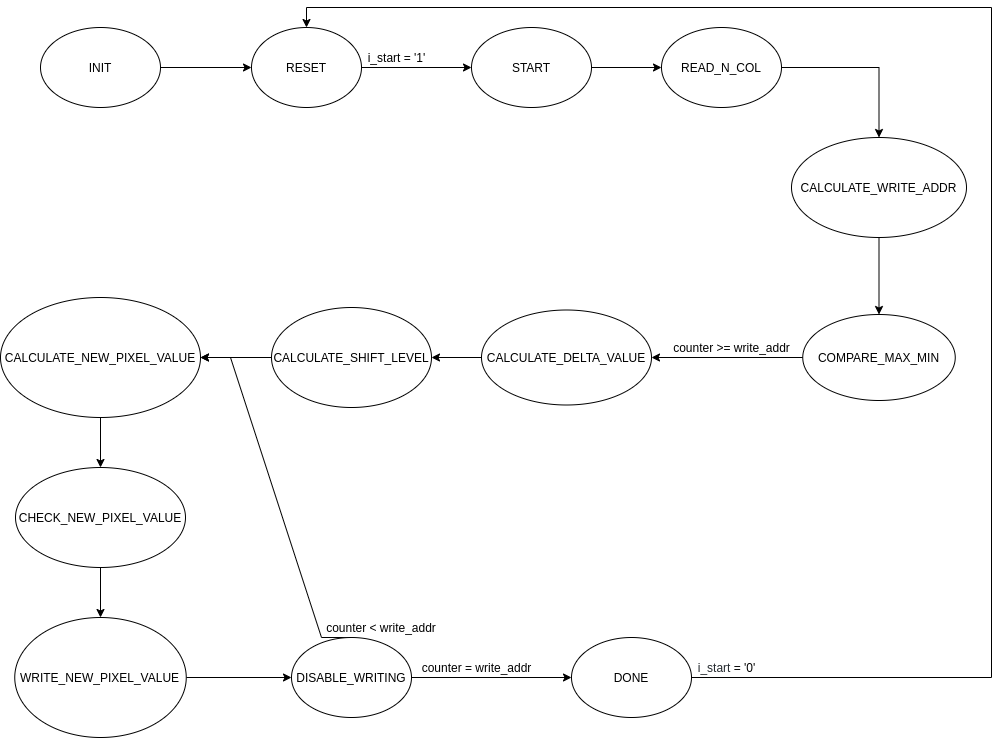
Earlier version of the draw.io export doc/FSM.png (maurofama99/Progetto-Reti-Logiche-2021). Source tidied: cells renumbered, new cells last; positions are measured from the earlier drawing's top-left corner, leaving out a move shared by most shapes.
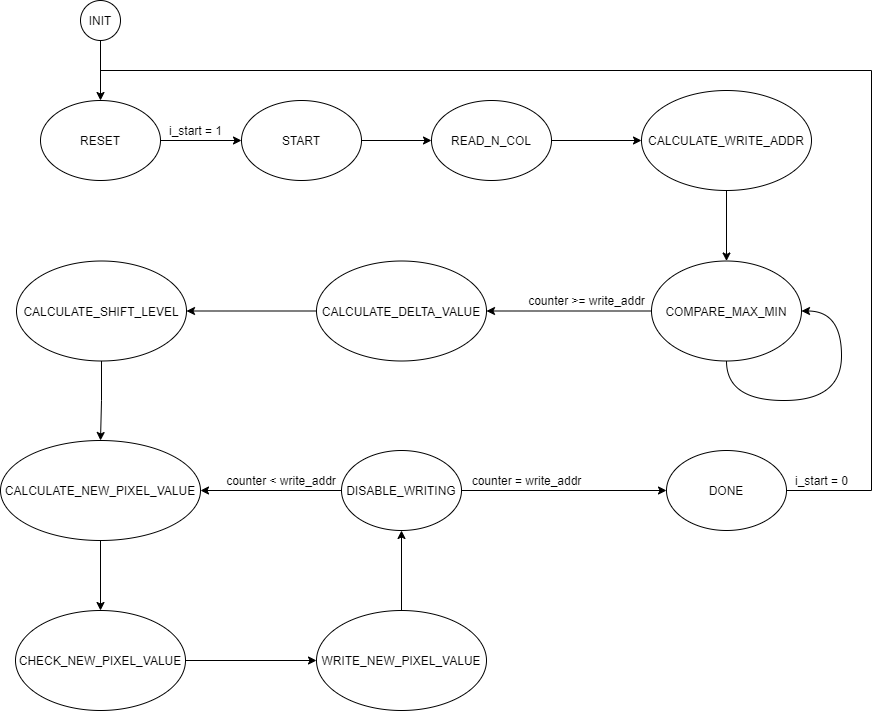
The same diagram one commit later.

Commit message:
Updated FSM diagram

Diff of the diagram source:
```diff
@@ -2,107 +2,121 @@
   <root>
     <mxCell id="0" />
     <mxCell id="1" parent="0" />
-    <mxCell id="2" style="edgeStyle=orthogonalEdgeStyle;rounded=0;jettySize=auto;html=1;entryX=0;entryY=0.5;entryDx=0;entryDy=0;" parent="1" edge="1" source="3" target="5">
+    <mxCell id="2" style="edgeStyle=orthogonalEdgeStyle;rounded=0;jettySize=auto;html=1;" parent="1" edge="1" source="3" target="5">
       <mxGeometry relative="1" as="geometry" />
     </mxCell>
     <mxCell id="3" value="INIT" style="ellipse;whiteSpace=wrap;html=1;" parent="1" vertex="1">
-      <mxGeometry x="40" y="20" width="120" height="80" as="geometry" />
+      <mxGeometry x="60" y="-60" width="40" height="40" as="geometry" />
     </mxCell>
     <mxCell id="4" style="edgeStyle=orthogonalEdgeStyle;rounded=0;jettySize=auto;html=1;" parent="1" edge="1" source="5" target="7">
       <mxGeometry relative="1" as="geometry" />
     </mxCell>
     <mxCell id="5" value="RESET" style="ellipse;whiteSpace=wrap;html=1;" parent="1" vertex="1">
-      <mxGeometry x="251" y="20" width="110" height="80" as="geometry" />
+      <mxGeometry x="20" y="40" width="120" height="80" as="geometry" />
     </mxCell>
     <mxCell id="6" style="edgeStyle=orthogonalEdgeStyle;rounded=0;jettySize=auto;html=1;entryX=0;entryY=0.5;entryDx=0;entryDy=0;" parent="1" edge="1" source="7" target="9">
       <mxGeometry relative="1" as="geometry" />
     </mxCell>
     <mxCell id="7" value="START" style="ellipse;whiteSpace=wrap;html=1;" parent="1" vertex="1">
-      <mxGeometry x="471" y="20" width="120" height="80" as="geometry" />
+      <mxGeometry x="221" y="40" width="120" height="80" as="geometry" />
     </mxCell>
-    <mxCell id="8" style="edgeStyle=orthogonalEdgeStyle;rounded=0;jettySize=auto;html=1;exitX=1;exitY=0.5;exitDx=0;exitDy=0;entryX=0.5;entryY=0;entryDx=0;entryDy=0;" parent="1" edge="1" source="9" target="11">
+    <mxCell id="8" style="edgeStyle=orthogonalEdgeStyle;rounded=0;jettySize=auto;html=1;exitX=1;exitY=0.5;exitDx=0;exitDy=0;entryX=0;entryY=0.5;entryDx=0;entryDy=0;" parent="1" edge="1" source="9" target="11">
       <mxGeometry relative="1" as="geometry" />
     </mxCell>
     <mxCell id="9" value="READ_N_COL" style="ellipse;whiteSpace=wrap;html=1;" parent="1" vertex="1">
-      <mxGeometry x="661" y="20" width="120" height="80" as="geometry" />
+      <mxGeometry x="411" y="40" width="120" height="80" as="geometry" />
     </mxCell>
-    <mxCell id="10" style="edgeStyle=orthogonalEdgeStyle;rounded=0;jettySize=auto;html=1;exitX=0.5;exitY=1;exitDx=0;exitDy=0;" parent="1" edge="1" source="11" target="22">
+    <mxCell id="10" style="edgeStyle=orthogonalEdgeStyle;rounded=0;jettySize=auto;html=1;entryX=0.5;entryY=0;entryDx=0;entryDy=0;" parent="1" edge="1" source="11" target="22">
       <mxGeometry relative="1" as="geometry" />
     </mxCell>
     <mxCell id="11" value="CALCULATE_WRITE_ADDR" style="ellipse;whiteSpace=wrap;html=1;" parent="1" vertex="1">
-      <mxGeometry x="791" y="130" width="175" height="100" as="geometry" />
+      <mxGeometry x="621" y="30" width="170" height="100" as="geometry" />
     </mxCell>
-    <mxCell id="12" style="edgeStyle=orthogonalEdgeStyle;rounded=0;jettySize=auto;html=1;entryX=1;entryY=0.5;entryDx=0;entryDy=0;" parent="1" edge="1" source="13" target="15">
+    <mxCell id="12" style="edgeStyle=orthogonalEdgeStyle;rounded=0;jettySize=auto;html=1;" parent="1" edge="1" source="13" target="15">
       <mxGeometry relative="1" as="geometry" />
     </mxCell>
     <mxCell id="13" value="CALCULATE_SHIFT_LEVEL&lt;br&gt;" style="ellipse;whiteSpace=wrap;html=1;" parent="1" vertex="1">
-      <mxGeometry x="271" y="300" width="160" height="100" as="geometry" />
+      <mxGeometry x="-4" y="200.5" width="170" height="100" as="geometry" />
     </mxCell>
     <mxCell id="14" style="edgeStyle=orthogonalEdgeStyle;rounded=0;jettySize=auto;html=1;exitX=0.5;exitY=1;exitDx=0;exitDy=0;entryX=0.5;entryY=0;entryDx=0;entryDy=0;" parent="1" edge="1" source="15" target="28">
       <mxGeometry relative="1" as="geometry" />
     </mxCell>
     <mxCell id="15" value="CALCULATE_NEW_PIXEL_VALUE" style="ellipse;whiteSpace=wrap;html=1;" parent="1" vertex="1">
-      <mxGeometry y="290" width="200" height="120" as="geometry" />
+      <mxGeometry x="-20" y="380" width="200" height="100" as="geometry" />
     </mxCell>
-    <mxCell id="16" style="edgeStyle=orthogonalEdgeStyle;rounded=0;jettySize=auto;html=1;entryX=0;entryY=0.5;entryDx=0;entryDy=0;" parent="1" edge="1" source="17" target="20">
+    <mxCell id="16" style="edgeStyle=orthogonalEdgeStyle;rounded=0;jettySize=auto;html=1;exitX=0.5;exitY=0;exitDx=0;exitDy=0;" parent="1" edge="1" source="17" target="20">
       <mxGeometry relative="1" as="geometry" />
     </mxCell>
     <mxCell id="17" value="WRITE_NEW_PIXEL_VALUE" style="ellipse;whiteSpace=wrap;html=1;" parent="1" vertex="1">
-      <mxGeometry x="14.2" y="610" width="171.5" height="120" as="geometry" />
+      <mxGeometry x="296" y="550" width="170" height="100" as="geometry" />
     </mxCell>
-    <mxCell id="18" style="edgeStyle=entityRelationEdgeStyle;rounded=0;jettySize=auto;html=1;exitX=0.5;exitY=0;exitDx=0;exitDy=0;" parent="1" edge="1" source="20" target="15">
+    <mxCell id="18" style="edgeStyle=orthogonalEdgeStyle;rounded=0;jettySize=auto;html=1;entryX=1;entryY=0.5;entryDx=0;entryDy=0;" parent="1" edge="1" source="20" target="15">
       <mxGeometry relative="1" as="geometry" />
     </mxCell>
-    <mxCell id="19" style="edgeStyle=orthogonalEdgeStyle;curved=1;rounded=0;jettySize=auto;html=1;exitX=1;exitY=0.5;exitDx=0;exitDy=0;entryX=0;entryY=0.5;entryDx=0;entryDy=0;" parent="1" edge="1" source="20" target="31">
-      <mxGeometry relative="1" as="geometry" />
+    <mxCell id="19" style="edgeStyle=orthogonalEdgeStyle;rounded=0;jettySize=auto;html=1;entryX=0;entryY=0.5;entryDx=0;entryDy=0;" parent="1" edge="1" source="20" target="31">
+      <mxGeometry relative="1" as="geometry">
+        <Array as="points">
+          <mxPoint x="641" y="430" />
+          <mxPoint x="641" y="430" />
+        </Array>
+      </mxGeometry>
     </mxCell>
     <mxCell id="20" value="DISABLE_WRITING" style="ellipse;whiteSpace=wrap;html=1;" parent="1" vertex="1">
-      <mxGeometry x="291" y="630" width="120" height="80" as="geometry" />
+      <mxGeometry x="321" y="390" width="120" height="80" as="geometry" />
     </mxCell>
     <mxCell id="21" style="edgeStyle=orthogonalEdgeStyle;rounded=0;jettySize=auto;html=1;exitX=0;exitY=0.5;exitDx=0;exitDy=0;entryX=1;entryY=0.5;entryDx=0;entryDy=0;" parent="1" edge="1" source="22" target="24">
       <mxGeometry relative="1" as="geometry" />
     </mxCell>
     <mxCell id="22" value="COMPARE_MAX_MIN" style="ellipse;whiteSpace=wrap;html=1;" parent="1" vertex="1">
-      <mxGeometry x="802.2" y="307" width="152.5" height="86" as="geometry" />
+      <mxGeometry x="631" y="200.5" width="150" height="100" as="geometry" />
     </mxCell>
     <mxCell id="23" style="edgeStyle=orthogonalEdgeStyle;rounded=0;jettySize=auto;html=1;exitX=0;exitY=0.5;exitDx=0;exitDy=0;entryX=1;entryY=0.5;entryDx=0;entryDy=0;" parent="1" edge="1" source="24" target="13">
       <mxGeometry relative="1" as="geometry" />
     </mxCell>
     <mxCell id="24" value="CALCULATE_DELTA_VALUE" style="ellipse;whiteSpace=wrap;html=1;" parent="1" vertex="1">
-      <mxGeometry x="481" y="302.5" width="170" height="95" as="geometry" />
+      <mxGeometry x="296" y="200.5" width="170" height="100" as="geometry" />
     </mxCell>
     <mxCell id="25" value="counter &amp;gt;= write_addr" style="text;html=1;align=center;verticalAlign=middle;" parent="1" vertex="1">
-      <mxGeometry x="666" y="330" width="130" height="20" as="geometry" />
+      <mxGeometry x="501" y="230" width="130" height="20" as="geometry" />
     </mxCell>
-    <mxCell id="26" value="i_start = '1'" style="text;html=1;align=center;verticalAlign=middle;" parent="1" vertex="1">
-      <mxGeometry x="361" y="40" width="70" height="20" as="geometry" />
+    <mxCell id="26" value="i_start = 1" style="text;html=1;align=center;verticalAlign=middle;" parent="1" vertex="1">
+      <mxGeometry x="140" y="60" width="70" height="20" as="geometry" />
     </mxCell>
-    <mxCell id="27" style="edgeStyle=orthogonalEdgeStyle;rounded=0;jettySize=auto;html=1;exitX=0.5;exitY=1;exitDx=0;exitDy=0;entryX=0.5;entryY=0;entryDx=0;entryDy=0;" parent="1" edge="1" source="28" target="17">
+    <mxCell id="27" style="edgeStyle=orthogonalEdgeStyle;rounded=0;jettySize=auto;html=1;entryX=0;entryY=0.5;entryDx=0;entryDy=0;" parent="1" edge="1" source="28" target="17">
       <mxGeometry relative="1" as="geometry" />
     </mxCell>
     <mxCell id="28" value="CHECK_NEW_PIXEL_VALUE" style="ellipse;whiteSpace=wrap;html=1;" parent="1" vertex="1">
-      <mxGeometry x="15" y="460" width="170" height="100" as="geometry" />
+      <mxGeometry x="-5" y="550" width="170" height="100" as="geometry" />
     </mxCell>
     <mxCell id="29" value="counter &amp;lt; write_addr" style="text;html=1;strokeColor=none;fillColor=none;align=center;verticalAlign=middle;whiteSpace=wrap;rounded=0;" parent="1" vertex="1">
-      <mxGeometry x="321" y="610" width="120" height="20" as="geometry" />
+      <mxGeometry x="201" y="410" width="120" height="20" as="geometry" />
     </mxCell>
-    <mxCell id="30" style="edgeStyle=orthogonalEdgeStyle;rounded=0;jettySize=auto;html=1;exitX=1;exitY=0.5;exitDx=0;exitDy=0;entryX=0.5;entryY=0;entryDx=0;entryDy=0;" parent="1" edge="1" source="31" target="5">
-      <mxGeometry relative="1" as="geometry">
-        <Array as="points">
-          <mxPoint x="991" y="670" />
-          <mxPoint x="991" />
-          <mxPoint x="306" />
-        </Array>
-      </mxGeometry>
-    </mxCell>
+    <mxCell id="34" style="edgeStyle=orthogonalEdgeStyle;rounded=0;jettySize=auto;html=1;endArrow=none;endFill=0;" parent="1" edge="1" source="31">
+      <mxGeometry relative="1" as="geometry">
+        <mxPoint x="80" y="10" as="targetPoint" />
+        <Array as="points">
+          <mxPoint x="851" y="430" />
+          <mxPoint x="851" y="10" />
+        </Array>
+      </mxGeometry>
+    </mxCell>
     <mxCell id="31" value="DONE" style="ellipse;whiteSpace=wrap;html=1;" parent="1" vertex="1">
-      <mxGeometry x="571" y="630" width="120" height="80" as="geometry" />
+      <mxGeometry x="646" y="390" width="120" height="80" as="geometry" />
     </mxCell>
     <mxCell id="32" value="counter = write_addr" style="text;html=1;align=center;verticalAlign=middle;" parent="1" vertex="1">
-      <mxGeometry x="411" y="650" width="130" height="20" as="geometry" />
+      <mxGeometry x="441" y="410" width="130" height="20" as="geometry" />
     </mxCell>
-    <mxCell id="33" value="&lt;span style=&quot;color: rgb(36 , 41 , 46) ; font-family: , &amp;#34;consolas&amp;#34; , &amp;#34;liberation mono&amp;#34; , &amp;#34;menlo&amp;#34; , monospace ; background-color: rgb(255 , 255 , 255)&quot;&gt;i_start &lt;/span&gt;&lt;span class=&quot;pl-k&quot; style=&quot;box-sizing: border-box ; font-family: , &amp;#34;consolas&amp;#34; , &amp;#34;liberation mono&amp;#34; , &amp;#34;menlo&amp;#34; , monospace ; background-color: rgb(255 , 255 , 255)&quot;&gt;=&lt;/span&gt;&lt;span style=&quot;color: rgb(36 , 41 , 46) ; font-family: , &amp;#34;consolas&amp;#34; , &amp;#34;liberation mono&amp;#34; , &amp;#34;menlo&amp;#34; , monospace ; background-color: rgb(255 , 255 , 255)&quot;&gt; &lt;/span&gt;&lt;span class=&quot;pl-c1&quot; style=&quot;box-sizing: border-box ; font-family: , &amp;#34;consolas&amp;#34; , &amp;#34;liberation mono&amp;#34; , &amp;#34;menlo&amp;#34; , monospace ; background-color: rgb(255 , 255 , 255)&quot;&gt;'0'&lt;/span&gt;" style="text;html=1;align=center;verticalAlign=middle;strokeColor=none;" parent="1" vertex="1">
-      <mxGeometry x="691" y="650" width="70" height="20" as="geometry" />
-    </mxCell>
+    <mxCell id="35" style="edgeStyle=orthogonalEdgeStyle;rounded=0;orthogonalLoop=1;jettySize=auto;html=1;exitX=0.5;exitY=1;exitDx=0;exitDy=0;entryX=1;entryY=0.5;entryDx=0;entryDy=0;curved=1;" parent="1" edge="1" source="22" target="22">
+      <mxGeometry relative="1" as="geometry">
+        <Array as="points">
+          <mxPoint x="706" y="340" />
+          <mxPoint x="821" y="340" />
+          <mxPoint x="821" y="250" />
+        </Array>
+      </mxGeometry>
+    </mxCell>
+    <mxCell id="36" value="i_start = 0" style="text;html=1;align=center;verticalAlign=middle;" parent="1" vertex="1">
+      <mxGeometry x="766" y="410" width="70" height="20" as="geometry" />
+    </mxCell>
   </root>
 </mxGraphModel>
```
